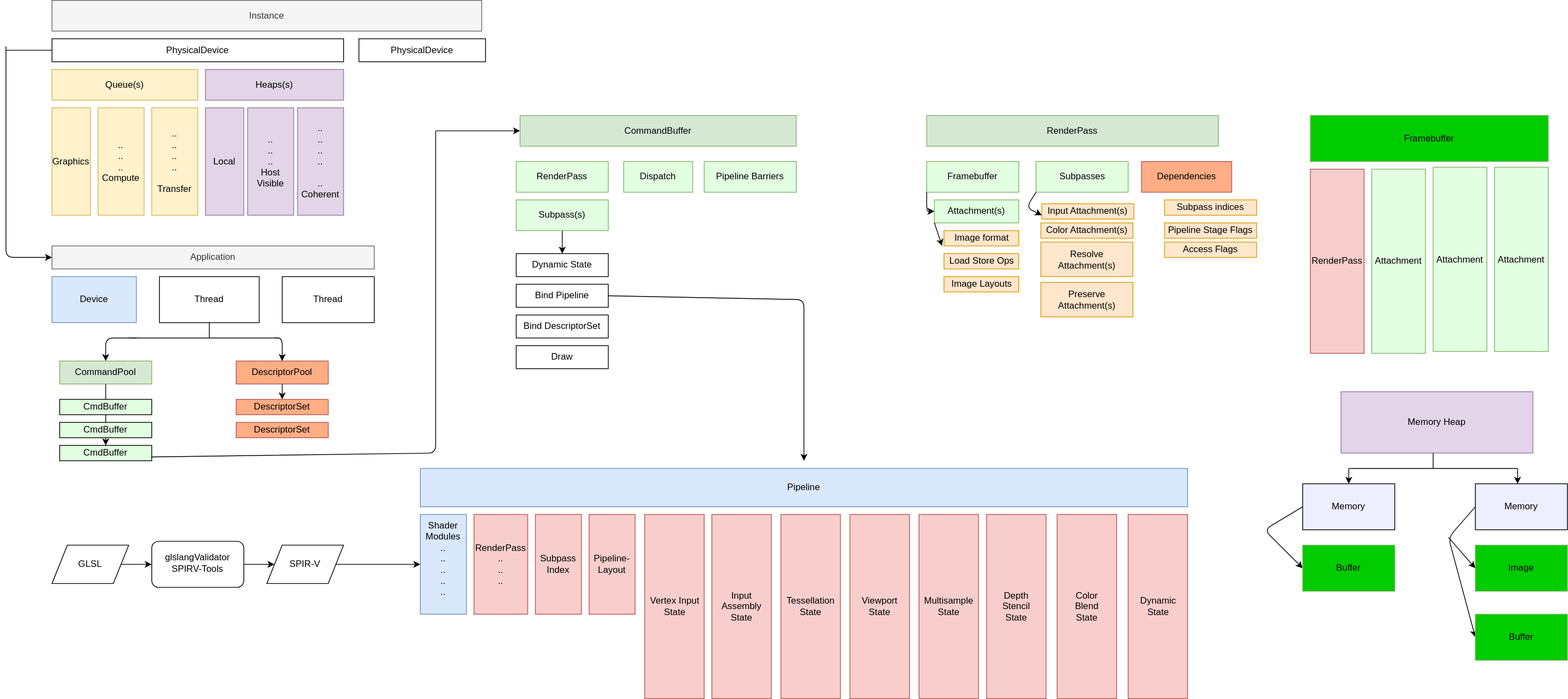
This is 002_Vulkan_API_training/drawio_api_study/vulkan_api.svg from YoungHaKim7/rust_gui_vulkan_trainning, a draw.io export, as it was before one commit. Source tidied: cells renumbered, new cells last; positions are measured from the earlier drawing's top-left corner, leaving out a move shared by most shapes.
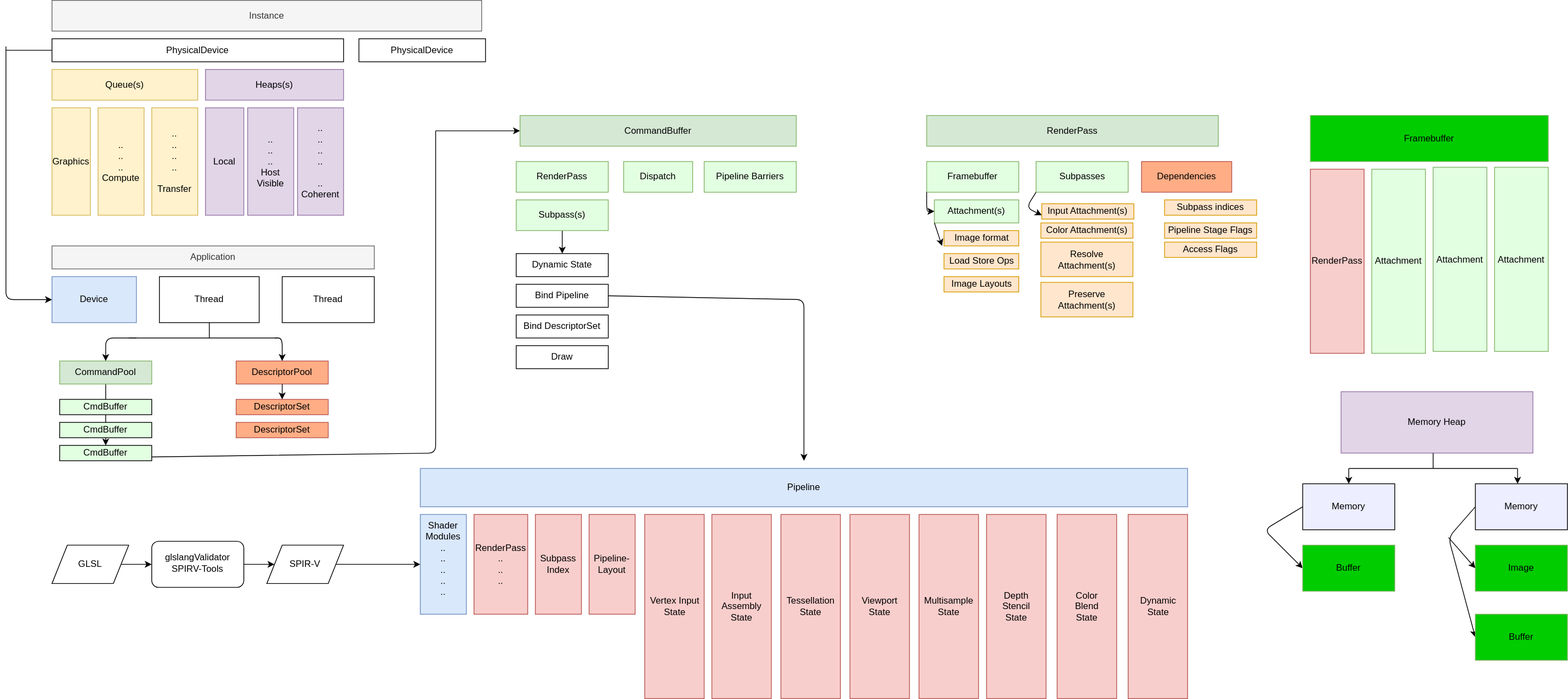
After the commit.

Commit message:
Vulkan API 공부 4

What changed in the source:
```diff
@@ -173,11 +173,11 @@
     <mxCell id="57" value="Input Attachment(s)" style="rounded=0;whiteSpace=wrap;html=1;fillColor=#ffe6cc;strokeColor=#d79b00;" parent="1" vertex="1">
       <mxGeometry x="1350" y="265" width="120" height="20" as="geometry" />
     </mxCell>
-    <mxCell id="58" style="endArrow=classic;html=1;entryX=0;entryY=0.5;entryDx=0;entryDy=0;" parent="1" edge="1" target="13">
+    <mxCell id="58" style="endArrow=classic;html=1;entryX=0;entryY=0.5;entryDx=0;entryDy=0;" parent="1" edge="1" target="14">
       <mxGeometry relative="1" as="geometry">
         <mxPoint y="60" as="sourcePoint" />
         <Array as="points">
-          <mxPoint y="335" />
+          <mxPoint y="390" />
         </Array>
       </mxGeometry>
     </mxCell>
```
